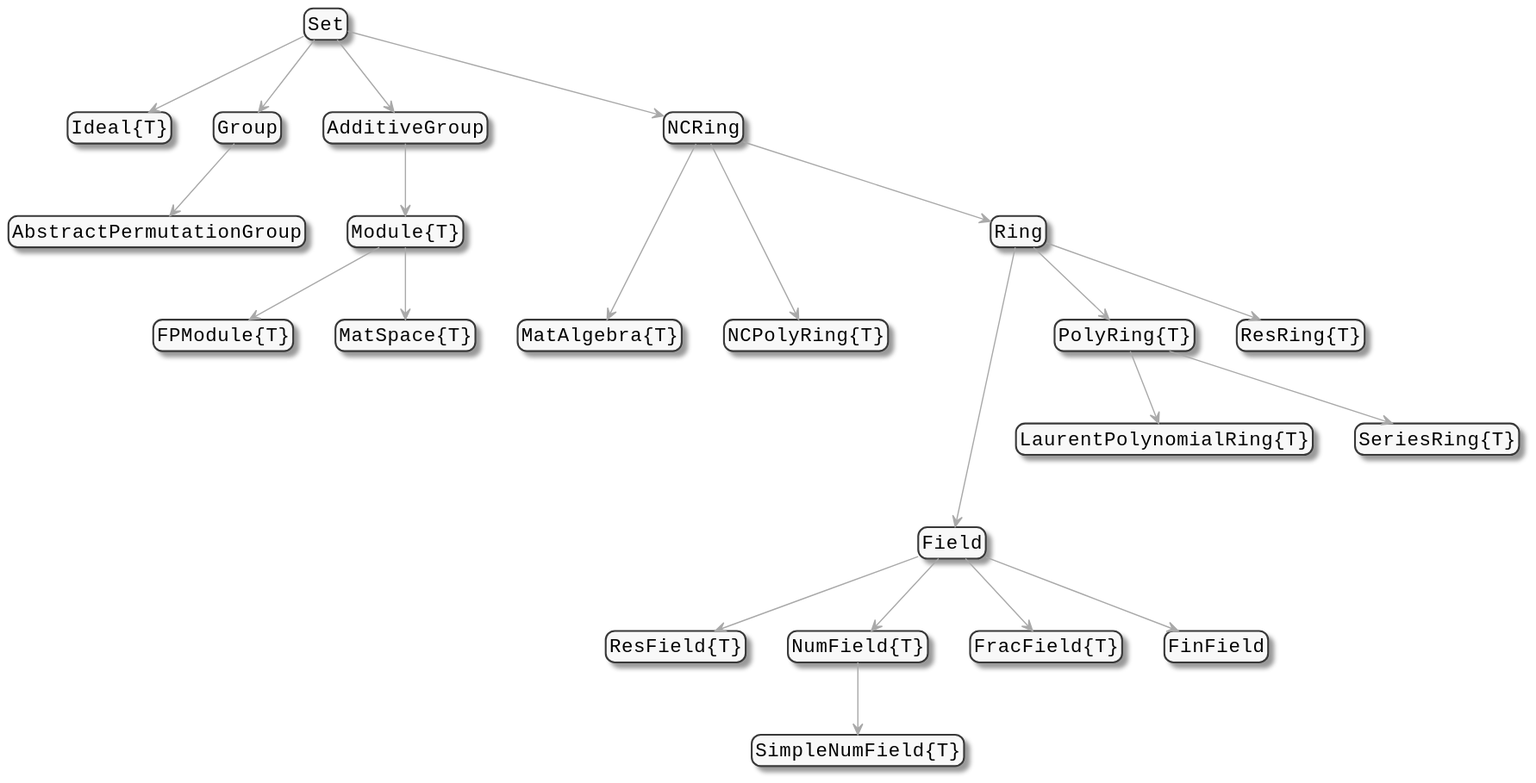
Above: docs/src/assets/parents_diagram.svg in Nemocas/AbstractAlgebra.jl (PlantUML), before the change. Source of this version:
```plantuml
@startuml
skinparam monochrome true
skinparam defaultFontName Monospaced
skinparam defaultFontSize 16
skinparam objectArrowColor DarkGray
skinparam RoundCorner 15

"Set" -down-> "Ideal{T}"

"Set" -down-> "Group"
"Group" -down-> "AbstractPermutationGroup"

"Set" -down-> "AdditiveGroup"
"AdditiveGroup" -down-> "Module{T}"
"Module{T}" -down-> "FPModule{T}"
"Module{T}" -down-> "MatSpace{T}"

"Set" -down-> "NCRing"
"NCRing" -down--> "MatAlgebra{T}"
"NCRing" -down--> "NCPolyRing{T}"
"NCRing" -down-> "Ring"

"Ring" -down---> "Field"
"Ring" -down-> "PolyRing{T}"
"PolyRing{T}" -down-> "LaurentPolynomialRing{T}"
"PolyRing{T}" -down-> "SeriesRing{T}"
"Ring" -down-> "ResRing{T}"

"Field" -down-> "ResField{T}"
"NumField{T}" -down-> "SimpleNumField{T}"
"Field" -down-> "FracField{T}"
"Field" -down-> "NumField{T}"
"Field" -down-> "FinField"

hide members
hide circle

@enduml
```
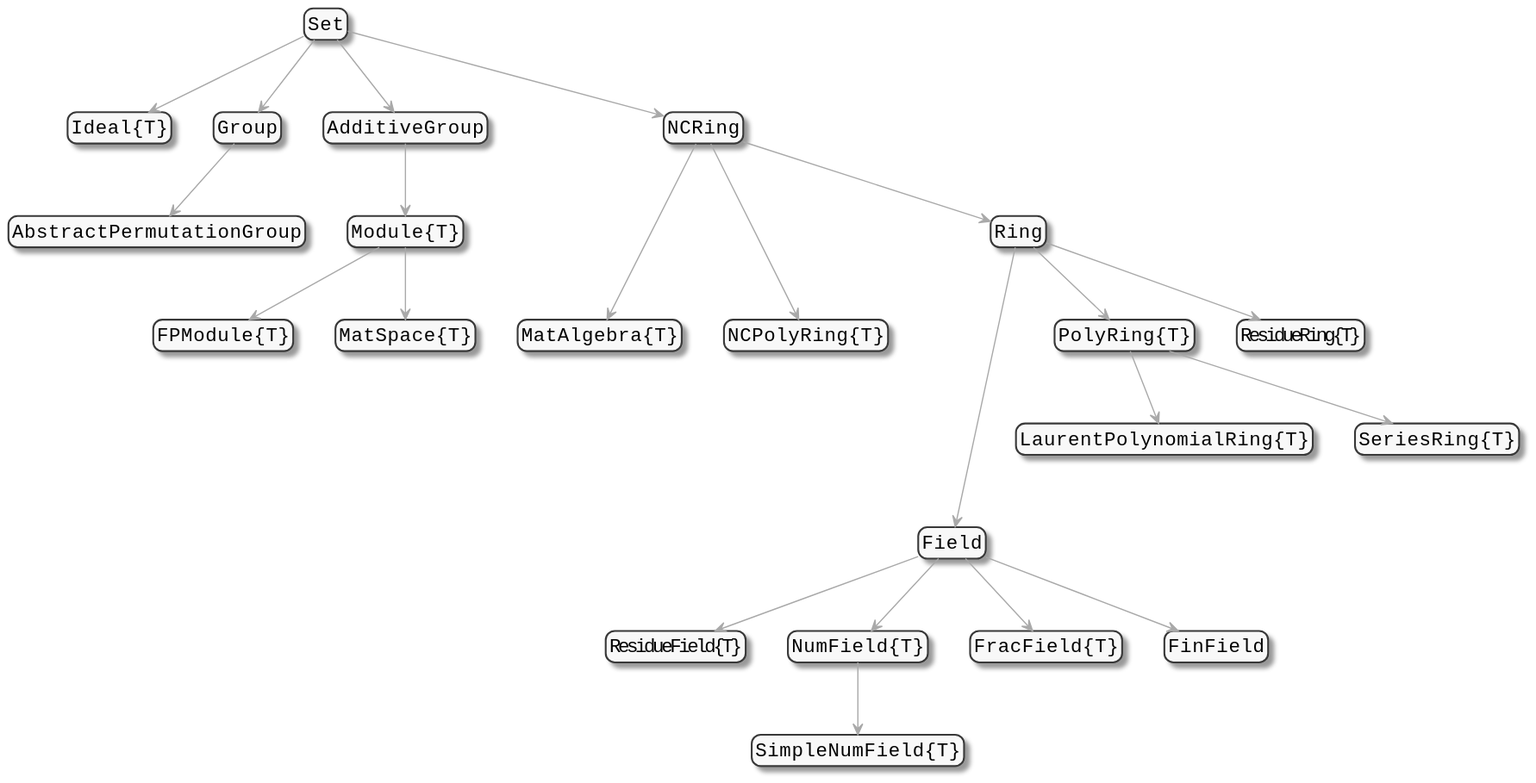
After the change.

Diff of the diagram source:
```diff
@@ -24,9 +24,9 @@
 "Ring" -down-> "PolyRing{T}"
 "PolyRing{T}" -down-> "LaurentPolynomialRing{T}"
 "PolyRing{T}" -down-> "SeriesRing{T}"
-"Ring" -down-> "ResRing{T}"
+"Ring" -down-> "ResidueRing{T}"
 
-"Field" -down-> "ResField{T}"
+"Field" -down-> "ResidueField{T}"
 "NumField{T}" -down-> "SimpleNumField{T}"
 "Field" -down-> "FracField{T}"
 "Field" -down-> "NumField{T}"
```
